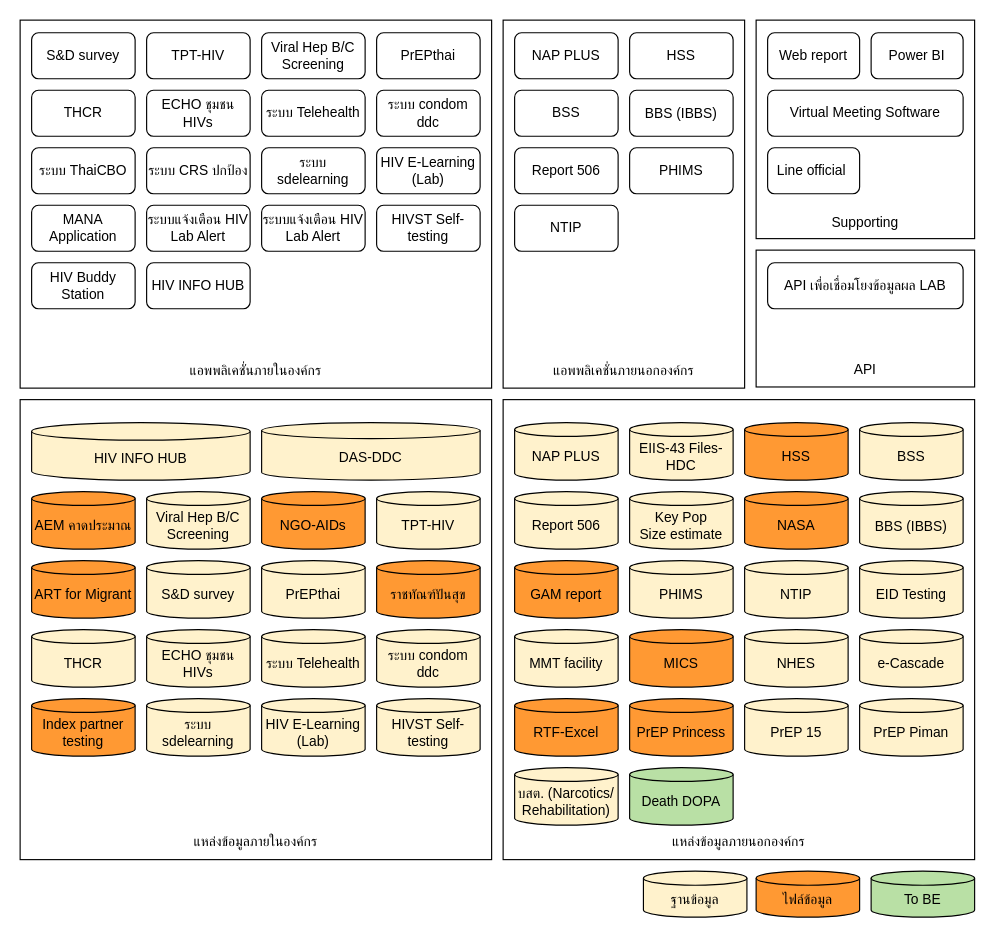
This is page "G-Data" (4 of 6) of HIVs STIs Diagram.drawio from anun311/regist, a draw.io file, before an edit. Source tidied: cells renumbered, new cells numbered last; positions are measured from the earlier drawing's top-left corner, leaving out a move shared by most shapes. Both pictures are drawn from the tidied source at 115%, with x=0, y=0 at pixel (20, 20).
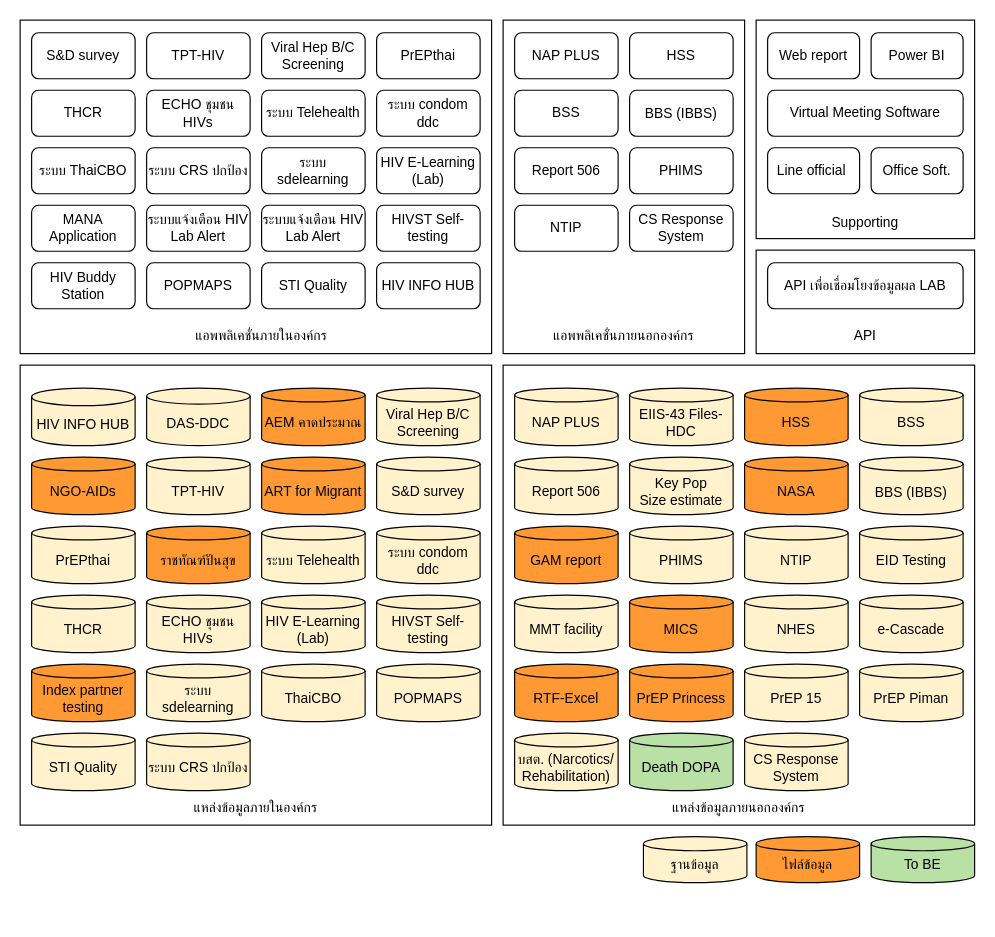
Above is the later version.

What changed in the source:
```diff
@@
     <mxCell id="2" style="rounded=0;whiteSpace=wrap;html=1;" parent="1" vertex="1">
-      <mxGeometry x="640" y="200" width="190" height="119" as="geometry" />
+      <mxGeometry x="640" y="200" width="190" height="90" as="geometry" />
     </mxCell>
     <mxCell id="3" style="rounded=0;whiteSpace=wrap;html=1;" parent="1" vertex="1">
-      <mxGeometry x="420" y="330" width="410" height="400" as="geometry" />
+      <mxGeometry x="420" y="300" width="410" height="400" as="geometry" />
     </mxCell>
     <mxCell id="4" value="แหล่งข้อมูลภายนอกองค์กร" style="text;html=1;strokeColor=none;fillColor=none;align=center;verticalAlign=middle;whiteSpace=wrap;rounded=0;" parent="1" vertex="1">
-      <mxGeometry x="515" y="700" width="220" height="30" as="geometry" />
+      <mxGeometry x="515" y="670" width="220" height="30" as="geometry" />
     </mxCell>
     <mxCell id="5" style="rounded=0;whiteSpace=wrap;html=1;" parent="1" vertex="1">
-      <mxGeometry y="330" width="410" height="400" as="geometry" />
+      <mxGeometry y="300" width="410" height="400" as="geometry" />
     </mxCell>
     <mxCell id="6" value="แหล่งข้อมูลภายในองค์กร" style="text;html=1;strokeColor=none;fillColor=none;align=center;verticalAlign=middle;whiteSpace=wrap;rounded=0;" parent="1" vertex="1">
-      <mxGeometry x="95" y="700" width="220" height="30" as="geometry" />
+      <mxGeometry x="95" y="670" width="220" height="30" as="geometry" />
     </mxCell>
     <mxCell id="7" style="rounded=0;whiteSpace=wrap;html=1;" parent="1" vertex="1">
-      <mxGeometry x="420" width="210" height="320" as="geometry" />
+      <mxGeometry x="420" width="210" height="290" as="geometry" />
     </mxCell>
     <mxCell id="8" style="rounded=0;whiteSpace=wrap;html=1;" parent="1" vertex="1">
-      <mxGeometry width="410" height="320" as="geometry" />
+      <mxGeometry width="410" height="290" as="geometry" />
     </mxCell>
@@
     <mxCell id="10" value="AEM คาดประมาณ" style="shape=cylinder3;whiteSpace=wrap;html=1;boundedLbl=1;backgroundOutline=1;size=6;fillColor=#FF9933;" parent="1" vertex="1">
-      <mxGeometry x="10" y="410" width="90" height="50" as="geometry" />
+      <mxGeometry x="210" y="320" width="90" height="50" as="geometry" />
     </mxCell>
     <mxCell id="11" value="ฐานข้อมูล" style="shape=cylinder3;whiteSpace=wrap;html=1;boundedLbl=1;backgroundOutline=1;size=6.121212121212125;fillColor=#FFF2CC;fontStyle=0;" parent="1" vertex="1">
-      <mxGeometry x="542" y="740" width="90" height="40" as="geometry" />
+      <mxGeometry x="542" y="710" width="90" height="40" as="geometry" />
     </mxCell>
@@
     <mxCell id="17" value="แอพพลิเคชั่นภายในองค์กร" style="text;html=1;strokeColor=none;fillColor=none;align=center;verticalAlign=middle;whiteSpace=wrap;rounded=0;" parent="1" vertex="1">
-      <mxGeometry x="95" y="290" width="220" height="30" as="geometry" />
+      <mxGeometry x="100" y="260" width="220" height="30" as="geometry" />
     </mxCell>
     <mxCell id="18" value="แอพพลิเคชั่นภายนอกองค์กร" style="text;html=1;strokeColor=none;fillColor=none;align=center;verticalAlign=middle;whiteSpace=wrap;rounded=0;" parent="1" vertex="1">
-      <mxGeometry x="430" y="290" width="190" height="30" as="geometry" />
+      <mxGeometry x="430" y="260" width="190" height="30" as="geometry" />
     </mxCell>
@@
     <mxCell id="22" value="HIV INFO HUB" style="shape=cylinder3;whiteSpace=wrap;html=1;boundedLbl=1;backgroundOutline=1;size=7.620689655172271;fillColor=#FFF2CC;" parent="1" vertex="1">
-      <mxGeometry x="10" y="350" width="190" height="50" as="geometry" />
+      <mxGeometry x="10" y="320" width="90" height="50" as="geometry" />
     </mxCell>
     <mxCell id="23" value="DAS-DDC" style="shape=cylinder3;whiteSpace=wrap;html=1;boundedLbl=1;backgroundOutline=1;size=6.931034482758548;fillColor=#FFF2CC;" parent="1" vertex="1">
-      <mxGeometry x="210" y="350" width="190" height="50" as="geometry" />
+      <mxGeometry x="110" y="320" width="90" height="50" as="geometry" />
     </mxCell>
     <mxCell id="24" value="API" style="text;html=1;strokeColor=none;fillColor=none;align=center;verticalAlign=middle;whiteSpace=wrap;rounded=0;" parent="1" vertex="1">
-      <mxGeometry x="690" y="289" width="90" height="30" as="geometry" />
+      <mxGeometry x="690" y="260" width="90" height="30" as="geometry" />
     </mxCell>
@@
     <mxCell id="26" value="ไฟล์ข้อมูล" style="shape=cylinder3;whiteSpace=wrap;html=1;boundedLbl=1;backgroundOutline=1;size=6.121212121212125;fillColor=#FF9933;fontStyle=0;" parent="1" vertex="1">
-      <mxGeometry x="640" y="740" width="90" height="40" as="geometry" />
+      <mxGeometry x="640" y="710" width="90" height="40" as="geometry" />
     </mxCell>
     <mxCell id="27" value="To BE" style="shape=cylinder3;whiteSpace=wrap;html=1;boundedLbl=1;backgroundOutline=1;size=6.121212121212125;fillColor=#B9E0A5;fontStyle=0;" parent="1" vertex="1">
-      <mxGeometry x="740" y="740" width="90" height="40" as="geometry" />
+      <mxGeometry x="740" y="710" width="90" height="40" as="geometry" />
     </mxCell>
     <mxCell id="28" value="NAP PLUS" style="shape=cylinder3;whiteSpace=wrap;html=1;boundedLbl=1;backgroundOutline=1;size=6;fillColor=#FFF2CC;" parent="1" vertex="1">
-      <mxGeometry x="430" y="350" width="90" height="50" as="geometry" />
+      <mxGeometry x="430" y="320" width="90" height="50" as="geometry" />
     </mxCell>
     <mxCell id="29" value="EIIS-43 Files-HDC" style="shape=cylinder3;whiteSpace=wrap;html=1;boundedLbl=1;backgroundOutline=1;size=6;fillColor=#FFF2CC;" parent="1" vertex="1">
-      <mxGeometry x="530" y="350" width="90" height="50" as="geometry" />
+      <mxGeometry x="530" y="320" width="90" height="50" as="geometry" />
     </mxCell>
     <mxCell id="30" value="BSS" style="shape=cylinder3;whiteSpace=wrap;html=1;boundedLbl=1;backgroundOutline=1;size=6;fillColor=#FFF2CC;" parent="1" vertex="1">
-      <mxGeometry x="730" y="350" width="90" height="50" as="geometry" />
+      <mxGeometry x="730" y="320" width="90" height="50" as="geometry" />
     </mxCell>
     <mxCell id="31" value="HSS" style="shape=cylinder3;whiteSpace=wrap;html=1;boundedLbl=1;backgroundOutline=1;size=6;fillColor=#FF9933;strokeColor=default;" parent="1" vertex="1">
-      <mxGeometry x="630" y="350" width="90" height="50" as="geometry" />
+      <mxGeometry x="630" y="320" width="90" height="50" as="geometry" />
     </mxCell>
     <mxCell id="32" value="GAM report" style="shape=cylinder3;whiteSpace=wrap;html=1;boundedLbl=1;backgroundOutline=1;size=6;fillColor=#FF9933;" parent="1" vertex="1">
-      <mxGeometry x="430" y="470" width="90" height="50" as="geometry" />
+      <mxGeometry x="430" y="440" width="90" height="50" as="geometry" />
     </mxCell>
     <mxCell id="33" value="NASA" style="shape=cylinder3;whiteSpace=wrap;html=1;boundedLbl=1;backgroundOutline=1;size=6;fillColor=#FF9933;strokeColor=default;" parent="1" vertex="1">
-      <mxGeometry x="630" y="410" width="90" height="50" as="geometry" />
+      <mxGeometry x="630" y="380" width="90" height="50" as="geometry" />
     </mxCell>
     <mxCell id="34" value="Key Pop&lt;br style=&quot;border-color: var(--border-color);&quot;&gt;Size estimate" style="shape=cylinder3;whiteSpace=wrap;html=1;boundedLbl=1;backgroundOutline=1;size=6;fillColor=#FFF2CC;" parent="1" vertex="1">
-      <mxGeometry x="530" y="410" width="90" height="50" as="geometry" />
+      <mxGeometry x="530" y="380" width="90" height="50" as="geometry" />
     </mxCell>
     <mxCell id="35" value="Report 506" style="shape=cylinder3;whiteSpace=wrap;html=1;boundedLbl=1;backgroundOutline=1;size=6;fillColor=#FFF2CC;" parent="1" vertex="1">
-      <mxGeometry x="430" y="410" width="90" height="50" as="geometry" />
+      <mxGeometry x="430" y="380" width="90" height="50" as="geometry" />
     </mxCell>
     <mxCell id="36" value="MMT facility" style="shape=cylinder3;whiteSpace=wrap;html=1;boundedLbl=1;backgroundOutline=1;size=6;fillColor=#FFF2CC;" parent="1" vertex="1">
-      <mxGeometry x="430" y="530" width="90" height="50" as="geometry" />
+      <mxGeometry x="430" y="500" width="90" height="50" as="geometry" />
     </mxCell>
     <mxCell id="37" value="EID Testing" style="shape=cylinder3;whiteSpace=wrap;html=1;boundedLbl=1;backgroundOutline=1;size=6;fillColor=#FFF2CC;strokeColor=default;" parent="1" vertex="1">
-      <mxGeometry x="730" y="470" width="90" height="50" as="geometry" />
+      <mxGeometry x="730" y="440" width="90" height="50" as="geometry" />
     </mxCell>
     <mxCell id="38" value="NTIP" style="shape=cylinder3;whiteSpace=wrap;html=1;boundedLbl=1;backgroundOutline=1;size=6;fillColor=#FFF2CC;" parent="1" vertex="1">
-      <mxGeometry x="630" y="470" width="90" height="50" as="geometry" />
+      <mxGeometry x="630" y="440" width="90" height="50" as="geometry" />
     </mxCell>
     <mxCell id="39" value="PHIMS" style="shape=cylinder3;whiteSpace=wrap;html=1;boundedLbl=1;backgroundOutline=1;size=6;fillColor=#FFF2CC;" parent="1" vertex="1">
-      <mxGeometry x="530" y="470" width="90" height="50" as="geometry" />
+      <mxGeometry x="530" y="440" width="90" height="50" as="geometry" />
     </mxCell>
     <mxCell id="40" value="RTF-Excel" style="shape=cylinder3;whiteSpace=wrap;html=1;boundedLbl=1;backgroundOutline=1;size=6;fillColor=#FF9933;" parent="1" vertex="1">
-      <mxGeometry x="430" y="590" width="90" height="50" as="geometry" />
+      <mxGeometry x="430" y="560" width="90" height="50" as="geometry" />
     </mxCell>
     <mxCell id="41" value="e-Cascade" style="shape=cylinder3;whiteSpace=wrap;html=1;boundedLbl=1;backgroundOutline=1;size=6;fillColor=#FFF2CC;strokeColor=default;" parent="1" vertex="1">
-      <mxGeometry x="730" y="530" width="90" height="50" as="geometry" />
+      <mxGeometry x="730" y="500" width="90" height="50" as="geometry" />
     </mxCell>
     <mxCell id="42" value="NHES" style="shape=cylinder3;whiteSpace=wrap;html=1;boundedLbl=1;backgroundOutline=1;size=6;fillColor=#FFF2CC;" parent="1" vertex="1">
-      <mxGeometry x="630" y="530" width="90" height="50" as="geometry" />
+      <mxGeometry x="630" y="500" width="90" height="50" as="geometry" />
     </mxCell>
     <mxCell id="43" value="MICS" style="shape=cylinder3;whiteSpace=wrap;html=1;boundedLbl=1;backgroundOutline=1;size=6;fillColor=#FF9933;" parent="1" vertex="1">
-      <mxGeometry x="530" y="530" width="90" height="50" as="geometry" />
+      <mxGeometry x="530" y="500" width="90" height="50" as="geometry" />
     </mxCell>
     <mxCell id="44" value="Death DOPA" style="shape=cylinder3;whiteSpace=wrap;html=1;boundedLbl=1;backgroundOutline=1;size=6;fillColor=#B9E0A5;fontStyle=0;" parent="1" vertex="1">
-      <mxGeometry x="530" y="650" width="90" height="50" as="geometry" />
+      <mxGeometry x="530" y="620" width="90" height="50" as="geometry" />
     </mxCell>
     <mxCell id="45" value="PrEP Piman" style="shape=cylinder3;whiteSpace=wrap;html=1;boundedLbl=1;backgroundOutline=1;size=6;fillColor=#FFF2CC;strokeColor=default;" parent="1" vertex="1">
-      <mxGeometry x="730" y="590" width="90" height="50" as="geometry" />
+      <mxGeometry x="730" y="560" width="90" height="50" as="geometry" />
     </mxCell>
     <mxCell id="46" value="PrEP 15" style="shape=cylinder3;whiteSpace=wrap;html=1;boundedLbl=1;backgroundOutline=1;size=6;fillColor=#FFF2CC;" parent="1" vertex="1">
-      <mxGeometry x="630" y="590" width="90" height="50" as="geometry" />
+      <mxGeometry x="630" y="560" width="90" height="50" as="geometry" />
     </mxCell>
     <mxCell id="47" value="PrEP Princess" style="shape=cylinder3;whiteSpace=wrap;html=1;boundedLbl=1;backgroundOutline=1;size=6;fillColor=#FF9933;" parent="1" vertex="1">
-      <mxGeometry x="530" y="590" width="90" height="50" as="geometry" />
+      <mxGeometry x="530" y="560" width="90" height="50" as="geometry" />
     </mxCell>
     <mxCell id="48" value="บสต. (Narcotics/ Rehabilitation)" style="shape=cylinder3;whiteSpace=wrap;html=1;boundedLbl=1;backgroundOutline=1;size=6;fillColor=#FFF2CC;fontStyle=0;" parent="1" vertex="1">
-      <mxGeometry x="430" y="650" width="90" height="50" as="geometry" />
+      <mxGeometry x="430" y="620" width="90" height="50" as="geometry" />
     </mxCell>
     <mxCell id="49" value="&lt;p style=&quot;line-height: normal; margin: 0pt 0in; text-indent: 0in; direction: ltr; unicode-bidi: embed; word-break: normal;&quot;&gt;BBS (IBBS)&lt;/p&gt;" style="shape=cylinder3;whiteSpace=wrap;html=1;boundedLbl=1;backgroundOutline=1;size=6;fillColor=#FFF2CC;" parent="1" vertex="1">
-      <mxGeometry x="730" y="410" width="90" height="50" as="geometry" />
+      <mxGeometry x="730" y="380" width="90" height="50" as="geometry" />
     </mxCell>
@@
     <mxCell id="66" value="HIV INFO HUB" style="rounded=1;whiteSpace=wrap;html=1;" parent="1" vertex="1">
-      <mxGeometry x="110" y="211" width="90" height="40" as="geometry" />
+      <mxGeometry x="310" y="211" width="90" height="40" as="geometry" />
     </mxCell>
@@
     <mxCell id="72" value="Viral Hep B/C Screening" style="shape=cylinder3;whiteSpace=wrap;html=1;boundedLbl=1;backgroundOutline=1;size=6;fillColor=#FFF2CC;" parent="1" vertex="1">
-      <mxGeometry x="110" y="410" width="90" height="50" as="geometry" />
+      <mxGeometry x="310" y="320" width="90" height="50" as="geometry" />
     </mxCell>
     <mxCell id="73" value="NGO-AIDs" style="shape=cylinder3;whiteSpace=wrap;html=1;boundedLbl=1;backgroundOutline=1;size=6;fillColor=#FF9933;strokeColor=default;" parent="1" vertex="1">
-      <mxGeometry x="210" y="410" width="90" height="50" as="geometry" />
+      <mxGeometry x="10" y="380" width="90" height="50" as="geometry" />
     </mxCell>
     <mxCell id="74" value="TPT-HIV" style="shape=cylinder3;whiteSpace=wrap;html=1;boundedLbl=1;backgroundOutline=1;size=6;fillColor=#FFF2CC;" parent="1" vertex="1">
-      <mxGeometry x="310" y="410" width="90" height="50" as="geometry" />
+      <mxGeometry x="110" y="380" width="90" height="50" as="geometry" />
     </mxCell>
     <mxCell id="75" value="ART for Migrant" style="shape=cylinder3;whiteSpace=wrap;html=1;boundedLbl=1;backgroundOutline=1;size=6;fillColor=#FF9933;strokeColor=default;" parent="1" vertex="1">
-      <mxGeometry x="10" y="470" width="90" height="50" as="geometry" />
+      <mxGeometry x="210" y="380" width="90" height="50" as="geometry" />
     </mxCell>
     <mxCell id="76" value="S&amp;amp;D survey" style="shape=cylinder3;whiteSpace=wrap;html=1;boundedLbl=1;backgroundOutline=1;size=6;fillColor=#FFF2CC;" parent="1" vertex="1">
-      <mxGeometry x="110" y="470" width="90" height="50" as="geometry" />
+      <mxGeometry x="310" y="380" width="90" height="50" as="geometry" />
     </mxCell>
     <mxCell id="77" value="PrEPthai" style="shape=cylinder3;whiteSpace=wrap;html=1;boundedLbl=1;backgroundOutline=1;size=6;fillColor=#FFF2CC;strokeColor=default;" parent="1" vertex="1">
-      <mxGeometry x="210" y="470" width="90" height="50" as="geometry" />
+      <mxGeometry x="10" y="440" width="90" height="50" as="geometry" />
     </mxCell>
     <mxCell id="78" value="ราชทัณฑ์ปันสุข" style="shape=cylinder3;whiteSpace=wrap;html=1;boundedLbl=1;backgroundOutline=1;size=6;fillColor=#FF9933;" parent="1" vertex="1">
-      <mxGeometry x="310" y="470" width="90" height="50" as="geometry" />
+      <mxGeometry x="110" y="440" width="90" height="50" as="geometry" />
     </mxCell>
     <mxCell id="79" value="THCR" style="shape=cylinder3;whiteSpace=wrap;html=1;boundedLbl=1;backgroundOutline=1;size=6;fillColor=#FFF2CC;" parent="1" vertex="1">
-      <mxGeometry x="10" y="530" width="90" height="50" as="geometry" />
+      <mxGeometry x="10" y="500" width="90" height="50" as="geometry" />
     </mxCell>
     <mxCell id="80" value="ECHO ชุมชน HIVs" style="shape=cylinder3;whiteSpace=wrap;html=1;boundedLbl=1;backgroundOutline=1;size=6;fillColor=#FFF2CC;" parent="1" vertex="1">
-      <mxGeometry x="110" y="530" width="90" height="50" as="geometry" />
+      <mxGeometry x="110" y="500" width="90" height="50" as="geometry" />
     </mxCell>
     <mxCell id="81" value="ระบบ Telehealth" style="shape=cylinder3;whiteSpace=wrap;html=1;boundedLbl=1;backgroundOutline=1;size=6;fillColor=#FFF2CC;strokeColor=default;" parent="1" vertex="1">
-      <mxGeometry x="210" y="530" width="90" height="50" as="geometry" />
+      <mxGeometry x="210" y="440" width="90" height="50" as="geometry" />
     </mxCell>
     <mxCell id="82" value="ระบบ condom ddc" style="shape=cylinder3;whiteSpace=wrap;html=1;boundedLbl=1;backgroundOutline=1;size=6;fillColor=#FFF2CC;" parent="1" vertex="1">
-      <mxGeometry x="310" y="530" width="90" height="50" as="geometry" />
+      <mxGeometry x="310" y="440" width="90" height="50" as="geometry" />
     </mxCell>
     <mxCell id="83" value="HIVST Self-testing" style="shape=cylinder3;whiteSpace=wrap;html=1;boundedLbl=1;backgroundOutline=1;size=6;fillColor=#FFF2CC;" parent="1" vertex="1">
-      <mxGeometry x="310" y="590" width="90" height="50" as="geometry" />
+      <mxGeometry x="310" y="500" width="90" height="50" as="geometry" />
     </mxCell>
     <mxCell id="84" value="HIV E-Learning (Lab)" style="shape=cylinder3;whiteSpace=wrap;html=1;boundedLbl=1;backgroundOutline=1;size=6;fillColor=#FFF2CC;strokeColor=default;" parent="1" vertex="1">
-      <mxGeometry x="210" y="590" width="90" height="50" as="geometry" />
+      <mxGeometry x="210" y="500" width="90" height="50" as="geometry" />
     </mxCell>
     <mxCell id="85" value="ระบบ sdelearning" style="shape=cylinder3;whiteSpace=wrap;html=1;boundedLbl=1;backgroundOutline=1;size=6;fillColor=#FFF2CC;" parent="1" vertex="1">
-      <mxGeometry x="110" y="590" width="90" height="50" as="geometry" />
+      <mxGeometry x="110" y="560" width="90" height="50" as="geometry" />
     </mxCell>
     <mxCell id="86" value="Index partner testing" style="shape=cylinder3;whiteSpace=wrap;html=1;boundedLbl=1;backgroundOutline=1;size=6;fillColor=#FF9933;" parent="1" vertex="1">
-      <mxGeometry x="10" y="590" width="90" height="50" as="geometry" />
+      <mxGeometry x="10" y="560" width="90" height="50" as="geometry" />
     </mxCell>
+    <mxCell id="87" value="ThaiCBO" style="shape=cylinder3;whiteSpace=wrap;html=1;boundedLbl=1;backgroundOutline=1;size=6;fillColor=#FFF2CC;strokeColor=default;" parent="1" vertex="1">
+      <mxGeometry x="210" y="560" width="90" height="50" as="geometry" />
+    </mxCell>
+    <mxCell id="88" value="POPMAPS" style="rounded=1;whiteSpace=wrap;html=1;" parent="1" vertex="1">
+      <mxGeometry x="110" y="211" width="90" height="40" as="geometry" />
+    </mxCell>
+    <mxCell id="89" value="STI Quality" style="rounded=1;whiteSpace=wrap;html=1;" parent="1" vertex="1">
+      <mxGeometry x="210" y="211" width="90" height="40" as="geometry" />
+    </mxCell>
+    <mxCell id="90" value="POPMAPS" style="shape=cylinder3;whiteSpace=wrap;html=1;boundedLbl=1;backgroundOutline=1;size=6;fillColor=#FFF2CC;" parent="1" vertex="1">
+      <mxGeometry x="310" y="560" width="90" height="50" as="geometry" />
+    </mxCell>
+    <mxCell id="91" value="STI Quality" style="shape=cylinder3;whiteSpace=wrap;html=1;boundedLbl=1;backgroundOutline=1;size=6;fillColor=#FFF2CC;" parent="1" vertex="1">
+      <mxGeometry x="10" y="620" width="90" height="50" as="geometry" />
+    </mxCell>
+    <mxCell id="92" value="Office Soft." style="rounded=1;whiteSpace=wrap;html=1;" parent="1" vertex="1">
+      <mxGeometry x="740" y="111" width="80" height="40" as="geometry" />
+    </mxCell>
+    <mxCell id="93" value="ระบบ&amp;nbsp;CRS ปกป้อง" style="shape=cylinder3;whiteSpace=wrap;html=1;boundedLbl=1;backgroundOutline=1;size=6;fillColor=#FFF2CC;" parent="1" vertex="1">
+      <mxGeometry x="110" y="620" width="90" height="50" as="geometry" />
+    </mxCell>
+    <mxCell id="94" value="CS Response&lt;br&gt;System" style="rounded=1;whiteSpace=wrap;html=1;" parent="1" vertex="1">
+      <mxGeometry x="530" y="161" width="90" height="40" as="geometry" />
+    </mxCell>
+    <mxCell id="95" value="CS Response&lt;br style=&quot;border-color: var(--border-color);&quot;&gt;System" style="shape=cylinder3;whiteSpace=wrap;html=1;boundedLbl=1;backgroundOutline=1;size=6;fillColor=#FFF2CC;" parent="1" vertex="1">
+      <mxGeometry x="630" y="620" width="90" height="50" as="geometry" />
+    </mxCell>
```
